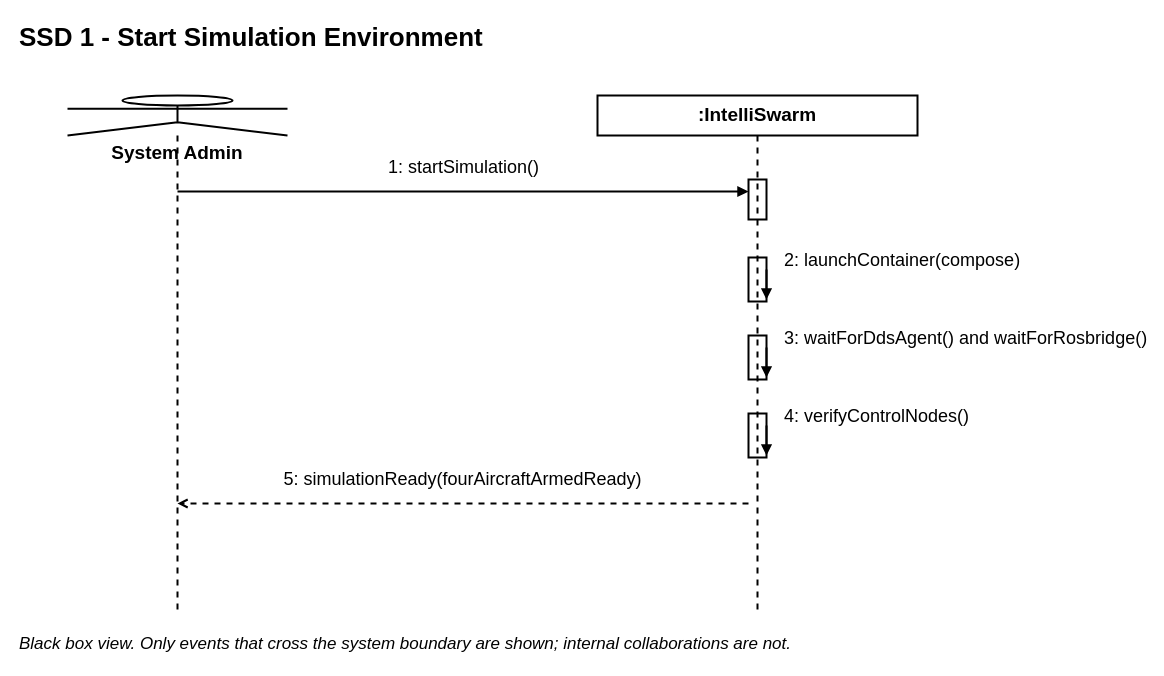
Before: page "SSD 1" (1 of 9) of 13_system_sequence_diagrams.drawio in sjd-1214/diagrams, a draw.io diagram. Source tidied: cells renumbered, new cells numbered last; positions are measured from the earlier drawing's top-left corner, leaving out a move shared by most shapes. Both pictures are drawn from the tidied source at 100%, with x=0, y=0 at pixel (17, 17).
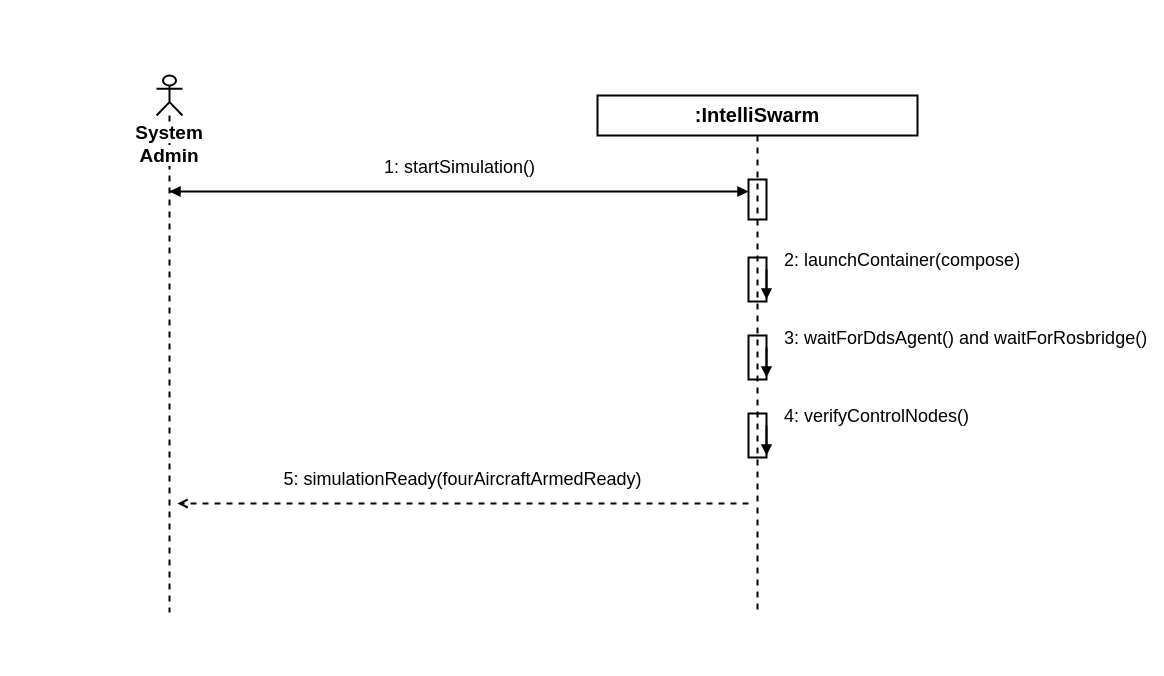
Above is the later version.

Commit message (it also covers changes not shown here):
refactor: update diagram metadata, layout, and formatting in system sequence diagrams

What changed in the source:
```diff
@@
 <mxGraphModel>
   <root>
     <mxCell id="0" />
     <mxCell id="1" parent="0" />
-    <mxCell id="2" value="&lt;b&gt;SSD 1 - Start Simulation Environment&lt;/b&gt;" style="text;html=1;strokeColor=none;fillColor=none;align=left;verticalAlign=middle;fontFamily=Helvetica;fontColor=#000000;fontSize=26;fontStyle=1;" parent="1" vertex="1">
-      <mxGeometry width="1000" height="40" as="geometry" />
-    </mxCell>
-    <mxCell id="3" value="&lt;b&gt;System Admin&lt;/b&gt;" style="shape=umlLifeline;participant=umlActor;perimeter=lifelinePerimeter;whiteSpace=wrap;html=1;verticalAlign=top;spacingTop=40;outlineConnect=0;fillColor=none;strokeColor=#000000;fontColor=#000000;fontFamily=Helvetica;strokeWidth=2;fontStyle=1;fontSize=19;" parent="1" vertex="1">
-      <mxGeometry x="50" y="78" width="220" height="520" as="geometry" />
-    </mxCell>
-    <mxCell id="4" value="&lt;b&gt;:IntelliSwarm&lt;/b&gt;" style="shape=umlLifeline;perimeter=lifelinePerimeter;whiteSpace=wrap;html=1;fillColor=none;strokeColor=#000000;fontColor=#000000;fontFamily=Helvetica;strokeWidth=2;fontStyle=1;fontSize=19;" parent="1" vertex="1">
+    <mxCell id="4" value="&lt;b&gt;&lt;font style=&quot;font-size: 20px;&quot;&gt;:IntelliSwarm&lt;/font&gt;&lt;/b&gt;" style="shape=umlLifeline;perimeter=lifelinePerimeter;whiteSpace=wrap;html=1;fillColor=none;strokeColor=#000000;fontColor=#000000;fontFamily=Helvetica;strokeWidth=2;fontStyle=1;fontSize=19;" parent="1" vertex="1">
       <mxGeometry x="580" y="78" width="320" height="520" as="geometry" />
     </mxCell>
     <mxCell id="5" style="whiteSpace=wrap;html=1;fillColor=none;strokeColor=#000000;fontColor=#000000;fontFamily=Helvetica;strokeWidth=2;" parent="1" vertex="1">
       <mxGeometry x="731" y="162" width="18" height="40" as="geometry" />
     </mxCell>
-    <mxCell id="6" value="1: startSimulation()" style="html=1;verticalAlign=bottom;endArrow=block;strokeColor=#000000;fontColor=#000000;fontFamily=Helvetica;labelBackgroundColor=none;spacingBottom=10;fontSize=18;strokeWidth=2;" parent="1" edge="1">
+    <mxCell id="6" value="1: startSimulation()" style="html=1;verticalAlign=bottom;endArrow=block;strokeColor=#000000;fontColor=#000000;fontFamily=Helvetica;labelBackgroundColor=none;spacingBottom=10;fontSize=18;strokeWidth=2;" parent="1" edge="1" source="3">
       <mxGeometry relative="1" as="geometry">
-        <mxPoint x="160" y="174" as="sourcePoint" />
         <mxPoint x="731" y="174" as="targetPoint" />
       </mxGeometry>
     </mxCell>
     <mxCell id="7" style="whiteSpace=wrap;html=1;fillColor=none;strokeColor=#000000;fontColor=#000000;fontFamily=Helvetica;strokeWidth=2;" parent="1" vertex="1">
       <mxGeometry x="731" y="240" width="18" height="44" as="geometry" />
     </mxCell>
     <mxCell id="8" value="2: launchContainer(compose)" style="html=1;align=left;spacingLeft=16;endArrow=block;rounded=1;edgeStyle=orthogonalEdgeStyle;strokeColor=#000000;fontColor=#000000;fontFamily=Helvetica;labelBackgroundColor=none;verticalAlign=bottom;spacingBottom=10;fontSize=18;strokeWidth=2;" parent="1" edge="1">
       <mxGeometry relative="1" as="geometry">
         <mxPoint x="749" y="252" as="sourcePoint" />
         <mxPoint x="749" y="282" as="targetPoint" />
       </mxGeometry>
     </mxCell>
     <mxCell id="9" style="whiteSpace=wrap;html=1;fillColor=none;strokeColor=#000000;fontColor=#000000;fontFamily=Helvetica;strokeWidth=2;" parent="1" vertex="1">
       <mxGeometry x="731" y="318" width="18" height="44" as="geometry" />
     </mxCell>
     <mxCell id="10" value="3: waitForDdsAgent() and waitForRosbridge()" style="html=1;align=left;spacingLeft=16;endArrow=block;rounded=1;edgeStyle=orthogonalEdgeStyle;strokeColor=#000000;fontColor=#000000;fontFamily=Helvetica;labelBackgroundColor=none;verticalAlign=bottom;spacingBottom=10;fontSize=18;strokeWidth=2;" parent="1" edge="1">
       <mxGeometry relative="1" as="geometry">
         <mxPoint x="749" y="330" as="sourcePoint" />
         <mxPoint x="749" y="360" as="targetPoint" />
       </mxGeometry>
     </mxCell>
     <mxCell id="11" style="whiteSpace=wrap;html=1;fillColor=none;strokeColor=#000000;fontColor=#000000;fontFamily=Helvetica;strokeWidth=2;" parent="1" vertex="1">
       <mxGeometry x="731" y="396" width="18" height="44" as="geometry" />
     </mxCell>
     <mxCell id="12" value="4: verifyControlNodes()" style="html=1;align=left;spacingLeft=16;endArrow=block;rounded=1;edgeStyle=orthogonalEdgeStyle;strokeColor=#000000;fontColor=#000000;fontFamily=Helvetica;labelBackgroundColor=none;verticalAlign=bottom;spacingBottom=10;fontSize=18;strokeWidth=2;" parent="1" edge="1">
       <mxGeometry relative="1" as="geometry">
         <mxPoint x="749" y="408" as="sourcePoint" />
         <mxPoint x="749" y="438" as="targetPoint" />
       </mxGeometry>
     </mxCell>
     <mxCell id="13" value="5: simulationReady(fourAircraftArmedReady)" style="html=1;verticalAlign=bottom;dashed=1;endArrow=open;endFill=0;strokeColor=#000000;fontColor=#000000;fontFamily=Helvetica;labelBackgroundColor=none;spacingBottom=10;fontSize=18;strokeWidth=2;" parent="1" edge="1">
       <mxGeometry relative="1" as="geometry">
         <mxPoint x="731" y="486" as="sourcePoint" />
         <mxPoint x="160" y="486" as="targetPoint" />
       </mxGeometry>
     </mxCell>
-    <mxCell id="14" value="Black box view. Only events that cross the system boundary are shown; internal collaborations are not." style="text;html=1;strokeColor=none;fillColor=none;align=left;verticalAlign=middle;fontFamily=Helvetica;fontColor=#000000;fontSize=17;fontStyle=2;" parent="1" vertex="1">
-      <mxGeometry y="612" width="1000" height="30" as="geometry" />
-    </mxCell>
+    <mxCell id="15" style="html=1;verticalAlign=bottom;endArrow=block;strokeColor=#000000;fontColor=#000000;fontFamily=Helvetica;labelBackgroundColor=none;spacingBottom=10;fontSize=18;strokeWidth=2;" parent="1" edge="1" target="3">
+      <mxGeometry relative="1" as="geometry">
+        <mxPoint x="160" y="174" as="sourcePoint" />
+      </mxGeometry>
+    </mxCell>
+    <mxCell id="3" value="&lt;b style=&quot;background-color: light-dark(#ffffff, var(--ge-dark-color, #121212));&quot;&gt;System Admin&lt;/b&gt;" style="shape=umlLifeline;participant=umlActor;perimeter=lifelinePerimeter;whiteSpace=wrap;html=1;verticalAlign=top;spacingTop=40;outlineConnect=0;fillColor=none;strokeColor=#000000;fontColor=#000000;fontFamily=Helvetica;strokeWidth=2;fontStyle=1;fontSize=19;" parent="1" vertex="1">
+      <mxGeometry x="139" y="58" width="26" height="537" as="geometry" />
+    </mxCell>
   </root>
 </mxGraphModel>
```
